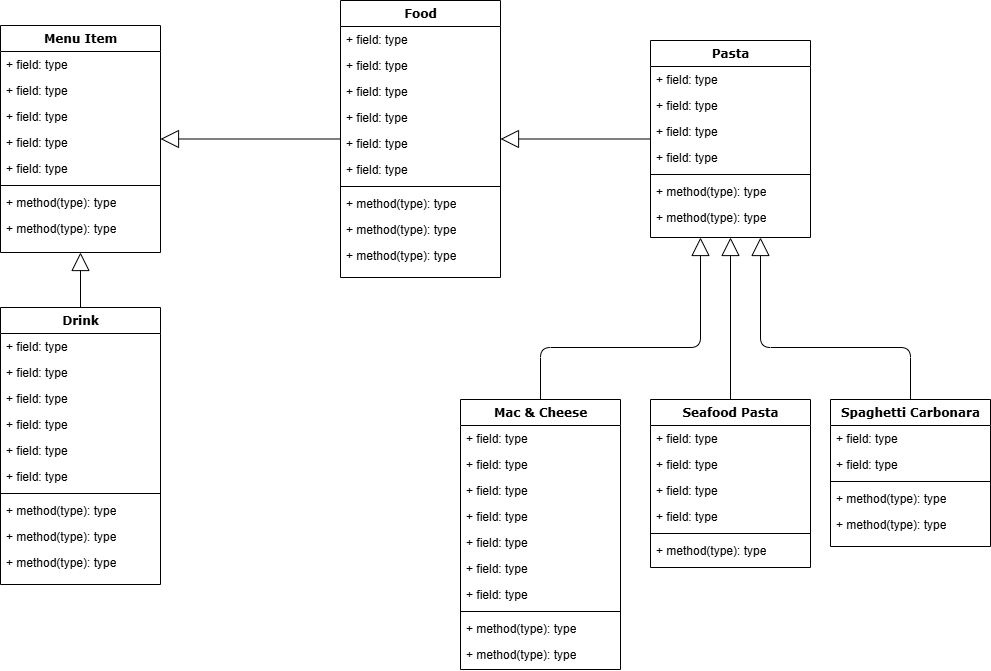
Above: UML.png in SohamA12345/Project (draw.io), before the change. Source tidied: cells renumbered, new cells last; positions are measured from the earlier drawing's top-left corner, leaving out a move shared by most shapes.
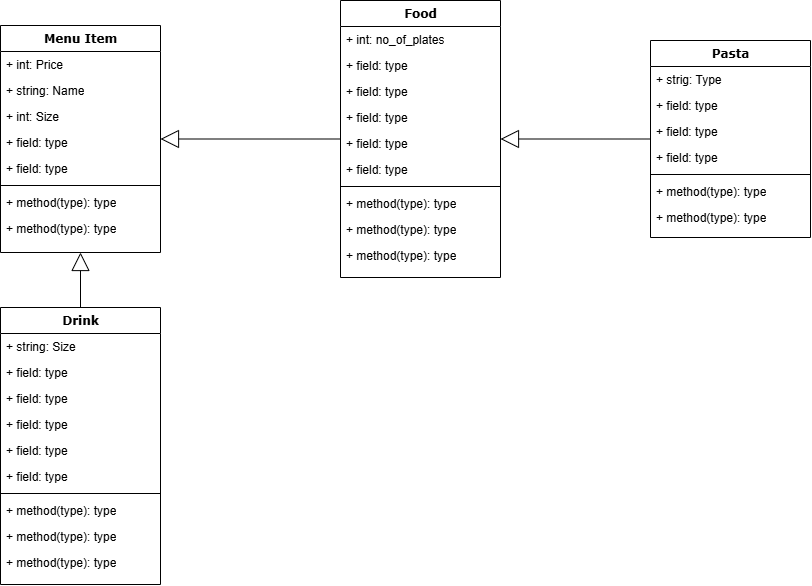
The same diagram one commit later.

What changed in the source:
```diff
@@ -5,13 +5,13 @@
     <mxCell id="2" value="&lt;div&gt;Menu Item&lt;br&gt;&lt;/div&gt;" style="swimlane;html=1;fontStyle=1;align=center;verticalAlign=top;horizontal=1;startSize=26;swimlaneFillColor=#ffffff;rounded=0;shadow=0;comic=0;labelBackgroundColor=none;strokeWidth=1;fillColor=none;fontFamily=Verdana;fontSize=12;" parent="1" vertex="1">
       <mxGeometry y="25" width="160" height="227" as="geometry" />
     </mxCell>
-    <mxCell id="3" value="+ field: type" style="text;html=1;strokeColor=none;fillColor=none;align=left;verticalAlign=top;spacingLeft=4;spacingRight=4;whiteSpace=wrap;overflow=hidden;" parent="2" vertex="1">
+    <mxCell id="3" value="+ int: Price" style="text;html=1;strokeColor=none;fillColor=none;align=left;verticalAlign=top;spacingLeft=4;spacingRight=4;whiteSpace=wrap;overflow=hidden;" parent="2" vertex="1">
       <mxGeometry y="26" width="160" height="26" as="geometry" />
     </mxCell>
-    <mxCell id="4" value="+ field: type" style="text;html=1;strokeColor=none;fillColor=none;align=left;verticalAlign=top;spacingLeft=4;spacingRight=4;whiteSpace=wrap;overflow=hidden;" parent="2" vertex="1">
+    <mxCell id="4" value="+ string: Name" style="text;html=1;strokeColor=none;fillColor=none;align=left;verticalAlign=top;spacingLeft=4;spacingRight=4;whiteSpace=wrap;overflow=hidden;" parent="2" vertex="1">
       <mxGeometry y="52" width="160" height="26" as="geometry" />
     </mxCell>
-    <mxCell id="5" value="+ field: type" style="text;html=1;strokeColor=none;fillColor=none;align=left;verticalAlign=top;spacingLeft=4;spacingRight=4;whiteSpace=wrap;overflow=hidden;" parent="2" vertex="1">
+    <mxCell id="5" value="+ int: Size" style="text;html=1;strokeColor=none;fillColor=none;align=left;verticalAlign=top;spacingLeft=4;spacingRight=4;whiteSpace=wrap;overflow=hidden;" parent="2" vertex="1">
       <mxGeometry y="78" width="160" height="26" as="geometry" />
     </mxCell>
     <mxCell id="6" value="+ field: type" style="text;html=1;strokeColor=none;fillColor=none;align=left;verticalAlign=top;spacingLeft=4;spacingRight=4;whiteSpace=wrap;overflow=hidden;" parent="2" vertex="1">
@@ -35,7 +35,7 @@
     <mxCell id="12" value="Food" style="swimlane;html=1;fontStyle=1;align=center;verticalAlign=top;horizontal=1;startSize=26;swimlaneFillColor=#ffffff;rounded=0;shadow=0;comic=0;labelBackgroundColor=none;strokeWidth=1;fillColor=none;fontFamily=Verdana;fontSize=12;" parent="1" vertex="1">
       <mxGeometry x="340" width="160" height="277" as="geometry" />
     </mxCell>
-    <mxCell id="13" value="+ field: type" style="text;html=1;strokeColor=none;fillColor=none;align=left;verticalAlign=top;spacingLeft=4;spacingRight=4;whiteSpace=wrap;overflow=hidden;" parent="12" vertex="1">
+    <mxCell id="13" value="+ int: no_of_plates" style="text;html=1;strokeColor=none;fillColor=none;align=left;verticalAlign=top;spacingLeft=4;spacingRight=4;whiteSpace=wrap;overflow=hidden;" parent="12" vertex="1">
       <mxGeometry y="26" width="160" height="26" as="geometry" />
     </mxCell>
     <mxCell id="14" value="+ field: type" style="text;html=1;strokeColor=none;fillColor=none;align=left;verticalAlign=top;spacingLeft=4;spacingRight=4;whiteSpace=wrap;overflow=hidden;" parent="12" vertex="1">
@@ -68,7 +68,7 @@
     <mxCell id="23" value="Pasta" style="swimlane;html=1;fontStyle=1;align=center;verticalAlign=top;horizontal=1;startSize=26;swimlaneFillColor=#ffffff;rounded=0;shadow=0;comic=0;labelBackgroundColor=none;strokeWidth=1;fillColor=none;fontFamily=Verdana;fontSize=12;" parent="1" vertex="1">
       <mxGeometry x="650" y="40" width="160" height="197" as="geometry" />
     </mxCell>
-    <mxCell id="24" value="+ field: type" style="text;html=1;strokeColor=none;fillColor=none;align=left;verticalAlign=top;spacingLeft=4;spacingRight=4;whiteSpace=wrap;overflow=hidden;" parent="23" vertex="1">
+    <mxCell id="24" value="+ strig: Type&amp;nbsp;" style="text;html=1;strokeColor=none;fillColor=none;align=left;verticalAlign=top;spacingLeft=4;spacingRight=4;whiteSpace=wrap;overflow=hidden;" parent="23" vertex="1">
       <mxGeometry y="26" width="160" height="26" as="geometry" />
     </mxCell>
     <mxCell id="25" value="+ field: type" style="text;html=1;strokeColor=none;fillColor=none;align=left;verticalAlign=top;spacingLeft=4;spacingRight=4;whiteSpace=wrap;overflow=hidden;" parent="23" vertex="1">
@@ -89,97 +89,6 @@
     <mxCell id="30" value="+ method(type): type" style="text;html=1;strokeColor=none;fillColor=none;align=left;verticalAlign=top;spacingLeft=4;spacingRight=4;whiteSpace=wrap;overflow=hidden;" parent="23" vertex="1">
       <mxGeometry y="164" width="160" height="26" as="geometry" />
     </mxCell>
-    <mxCell id="31" style="edgeStyle=orthogonalEdgeStyle;html=1;labelBackgroundColor=none;startFill=0;startSize=8;endArrow=block;endFill=0;endSize=16;fontFamily=Verdana;fontSize=12;" parent="1" edge="1" source="32" target="23">
-      <mxGeometry relative="1" as="geometry">
-        <Array as="points">
-          <mxPoint x="540" y="347" />
-          <mxPoint x="700" y="347" />
-        </Array>
-      </mxGeometry>
-    </mxCell>
-    <mxCell id="32" value="Mac &amp;amp; Cheese" style="swimlane;html=1;fontStyle=1;align=center;verticalAlign=top;horizontal=1;startSize=26;swimlaneFillColor=#ffffff;rounded=0;shadow=0;comic=0;labelBackgroundColor=none;strokeWidth=1;fillColor=none;fontFamily=Verdana;fontSize=12;" parent="1" vertex="1">
-      <mxGeometry x="460" y="399" width="160" height="270" as="geometry" />
-    </mxCell>
-    <mxCell id="33" value="+ field: type" style="text;html=1;strokeColor=none;fillColor=none;align=left;verticalAlign=top;spacingLeft=4;spacingRight=4;whiteSpace=wrap;overflow=hidden;" parent="32" vertex="1">
-      <mxGeometry y="26" width="160" height="26" as="geometry" />
-    </mxCell>
-    <mxCell id="34" value="+ field: type" style="text;html=1;strokeColor=none;fillColor=none;align=left;verticalAlign=top;spacingLeft=4;spacingRight=4;whiteSpace=wrap;overflow=hidden;" parent="32" vertex="1">
-      <mxGeometry y="52" width="160" height="26" as="geometry" />
-    </mxCell>
-    <mxCell id="35" value="+ field: type" style="text;html=1;strokeColor=none;fillColor=none;align=left;verticalAlign=top;spacingLeft=4;spacingRight=4;whiteSpace=wrap;overflow=hidden;" parent="32" vertex="1">
-      <mxGeometry y="78" width="160" height="26" as="geometry" />
-    </mxCell>
-    <mxCell id="36" value="+ field: type" style="text;html=1;strokeColor=none;fillColor=none;align=left;verticalAlign=top;spacingLeft=4;spacingRight=4;whiteSpace=wrap;overflow=hidden;" parent="32" vertex="1">
-      <mxGeometry y="104" width="160" height="26" as="geometry" />
-    </mxCell>
-    <mxCell id="37" value="+ field: type" style="text;html=1;strokeColor=none;fillColor=none;align=left;verticalAlign=top;spacingLeft=4;spacingRight=4;whiteSpace=wrap;overflow=hidden;" parent="32" vertex="1">
-      <mxGeometry y="130" width="160" height="26" as="geometry" />
-    </mxCell>
-    <mxCell id="38" value="+ field: type" style="text;html=1;strokeColor=none;fillColor=none;align=left;verticalAlign=top;spacingLeft=4;spacingRight=4;whiteSpace=wrap;overflow=hidden;" parent="32" vertex="1">
-      <mxGeometry y="156" width="160" height="26" as="geometry" />
-    </mxCell>
-    <mxCell id="39" value="+ field: type" style="text;html=1;strokeColor=none;fillColor=none;align=left;verticalAlign=top;spacingLeft=4;spacingRight=4;whiteSpace=wrap;overflow=hidden;" parent="32" vertex="1">
-      <mxGeometry y="182" width="160" height="26" as="geometry" />
-    </mxCell>
-    <mxCell id="40" style="line;html=1;strokeWidth=1;fillColor=none;align=left;verticalAlign=middle;spacingTop=-1;spacingLeft=3;spacingRight=3;labelPosition=right;" parent="32" vertex="1">
-      <mxGeometry y="208" width="160" height="8" as="geometry" />
-    </mxCell>
-    <mxCell id="41" value="+ method(type): type" style="text;html=1;strokeColor=none;fillColor=none;align=left;verticalAlign=top;spacingLeft=4;spacingRight=4;whiteSpace=wrap;overflow=hidden;" parent="32" vertex="1">
-      <mxGeometry y="216" width="160" height="26" as="geometry" />
-    </mxCell>
-    <mxCell id="42" value="+ method(type): type" style="text;html=1;strokeColor=none;fillColor=none;align=left;verticalAlign=top;spacingLeft=4;spacingRight=4;whiteSpace=wrap;overflow=hidden;" parent="32" vertex="1">
-      <mxGeometry y="242" width="160" height="26" as="geometry" />
-    </mxCell>
-    <mxCell id="43" style="edgeStyle=orthogonalEdgeStyle;html=1;labelBackgroundColor=none;startFill=0;startSize=8;endArrow=block;endFill=0;endSize=16;fontFamily=Verdana;fontSize=12;" parent="1" edge="1" source="44" target="23">
-      <mxGeometry relative="1" as="geometry" />
-    </mxCell>
-    <mxCell id="44" value="Seafood Pasta" style="swimlane;html=1;fontStyle=1;align=center;verticalAlign=top;horizontal=1;startSize=26;swimlaneFillColor=#ffffff;rounded=0;shadow=0;comic=0;labelBackgroundColor=none;strokeWidth=1;fillColor=none;fontFamily=Verdana;fontSize=12;" parent="1" vertex="1">
-      <mxGeometry x="650" y="399" width="160" height="168" as="geometry" />
-    </mxCell>
-    <mxCell id="45" value="+ field: type" style="text;html=1;strokeColor=none;fillColor=none;align=left;verticalAlign=top;spacingLeft=4;spacingRight=4;whiteSpace=wrap;overflow=hidden;" parent="44" vertex="1">
-      <mxGeometry y="26" width="160" height="26" as="geometry" />
-    </mxCell>
-    <mxCell id="46" value="+ field: type" style="text;html=1;strokeColor=none;fillColor=none;align=left;verticalAlign=top;spacingLeft=4;spacingRight=4;whiteSpace=wrap;overflow=hidden;" parent="44" vertex="1">
-      <mxGeometry y="52" width="160" height="26" as="geometry" />
-    </mxCell>
-    <mxCell id="47" value="+ field: type" style="text;html=1;strokeColor=none;fillColor=none;align=left;verticalAlign=top;spacingLeft=4;spacingRight=4;whiteSpace=wrap;overflow=hidden;" parent="44" vertex="1">
-      <mxGeometry y="78" width="160" height="26" as="geometry" />
-    </mxCell>
-    <mxCell id="48" value="+ field: type" style="text;html=1;strokeColor=none;fillColor=none;align=left;verticalAlign=top;spacingLeft=4;spacingRight=4;whiteSpace=wrap;overflow=hidden;" parent="44" vertex="1">
-      <mxGeometry y="104" width="160" height="26" as="geometry" />
-    </mxCell>
-    <mxCell id="49" style="line;html=1;strokeWidth=1;fillColor=none;align=left;verticalAlign=middle;spacingTop=-1;spacingLeft=3;spacingRight=3;labelPosition=right;" parent="44" vertex="1">
-      <mxGeometry y="130" width="160" height="8" as="geometry" />
-    </mxCell>
-    <mxCell id="50" value="+ method(type): type" style="text;html=1;strokeColor=none;fillColor=none;align=left;verticalAlign=top;spacingLeft=4;spacingRight=4;whiteSpace=wrap;overflow=hidden;" parent="44" vertex="1">
-      <mxGeometry y="138" width="160" height="26" as="geometry" />
-    </mxCell>
-    <mxCell id="51" style="edgeStyle=orthogonalEdgeStyle;html=1;labelBackgroundColor=none;startFill=0;startSize=8;endArrow=block;endFill=0;endSize=16;fontFamily=Verdana;fontSize=12;" parent="1" edge="1" source="52" target="23">
-      <mxGeometry relative="1" as="geometry">
-        <Array as="points">
-          <mxPoint x="910" y="347" />
-          <mxPoint x="760" y="347" />
-        </Array>
-      </mxGeometry>
-    </mxCell>
-    <mxCell id="52" value="Spaghetti Carbonara" style="swimlane;html=1;fontStyle=1;align=center;verticalAlign=top;horizontal=1;startSize=26;swimlaneFillColor=#ffffff;rounded=0;shadow=0;comic=0;labelBackgroundColor=none;strokeWidth=1;fillColor=none;fontFamily=Verdana;fontSize=12;" parent="1" vertex="1">
-      <mxGeometry x="830" y="399" width="160" height="147" as="geometry" />
-    </mxCell>
-    <mxCell id="53" value="+ field: type" style="text;html=1;strokeColor=none;fillColor=none;align=left;verticalAlign=top;spacingLeft=4;spacingRight=4;whiteSpace=wrap;overflow=hidden;" parent="52" vertex="1">
-      <mxGeometry y="26" width="160" height="26" as="geometry" />
-    </mxCell>
-    <mxCell id="54" value="+ field: type" style="text;html=1;strokeColor=none;fillColor=none;align=left;verticalAlign=top;spacingLeft=4;spacingRight=4;whiteSpace=wrap;overflow=hidden;" parent="52" vertex="1">
-      <mxGeometry y="52" width="160" height="26" as="geometry" />
-    </mxCell>
-    <mxCell id="55" style="line;html=1;strokeWidth=1;fillColor=none;align=left;verticalAlign=middle;spacingTop=-1;spacingLeft=3;spacingRight=3;labelPosition=right;" parent="52" vertex="1">
-      <mxGeometry y="78" width="160" height="8" as="geometry" />
-    </mxCell>
-    <mxCell id="56" value="+ method(type): type" style="text;html=1;strokeColor=none;fillColor=none;align=left;verticalAlign=top;spacingLeft=4;spacingRight=4;whiteSpace=wrap;overflow=hidden;" parent="52" vertex="1">
-      <mxGeometry y="86" width="160" height="26" as="geometry" />
-    </mxCell>
-    <mxCell id="57" value="+ method(type): type" style="text;html=1;strokeColor=none;fillColor=none;align=left;verticalAlign=top;spacingLeft=4;spacingRight=4;whiteSpace=wrap;overflow=hidden;" parent="52" vertex="1">
-      <mxGeometry y="112" width="160" height="26" as="geometry" />
-    </mxCell>
     <mxCell id="58" style="edgeStyle=orthogonalEdgeStyle;html=1;labelBackgroundColor=none;startFill=0;startSize=8;endArrow=block;endFill=0;endSize=16;fontFamily=Verdana;fontSize=12;elbow=vertical;rounded=1;strokeColor=default;align=center;verticalAlign=middle;fontColor=default;" parent="1" edge="1" source="12" target="2">
       <mxGeometry relative="1" as="geometry" />
     </mxCell>
@@ -189,7 +98,7 @@
     <mxCell id="60" value="Drink" style="swimlane;html=1;fontStyle=1;align=center;verticalAlign=top;horizontal=1;startSize=26;swimlaneFillColor=#ffffff;rounded=0;shadow=0;comic=0;labelBackgroundColor=none;strokeWidth=1;fillColor=none;fontFamily=Verdana;fontSize=12;" parent="1" vertex="1">
       <mxGeometry y="307" width="160" height="277" as="geometry" />
     </mxCell>
-    <mxCell id="61" value="+ field: type" style="text;html=1;strokeColor=none;fillColor=none;align=left;verticalAlign=top;spacingLeft=4;spacingRight=4;whiteSpace=wrap;overflow=hidden;" parent="60" vertex="1">
+    <mxCell id="61" value="+ string: Size" style="text;html=1;strokeColor=none;fillColor=none;align=left;verticalAlign=top;spacingLeft=4;spacingRight=4;whiteSpace=wrap;overflow=hidden;" parent="60" vertex="1">
       <mxGeometry y="26" width="160" height="26" as="geometry" />
     </mxCell>
     <mxCell id="62" value="+ field: type" style="text;html=1;strokeColor=none;fillColor=none;align=left;verticalAlign=top;spacingLeft=4;spacingRight=4;whiteSpace=wrap;overflow=hidden;" parent="60" vertex="1">
```
